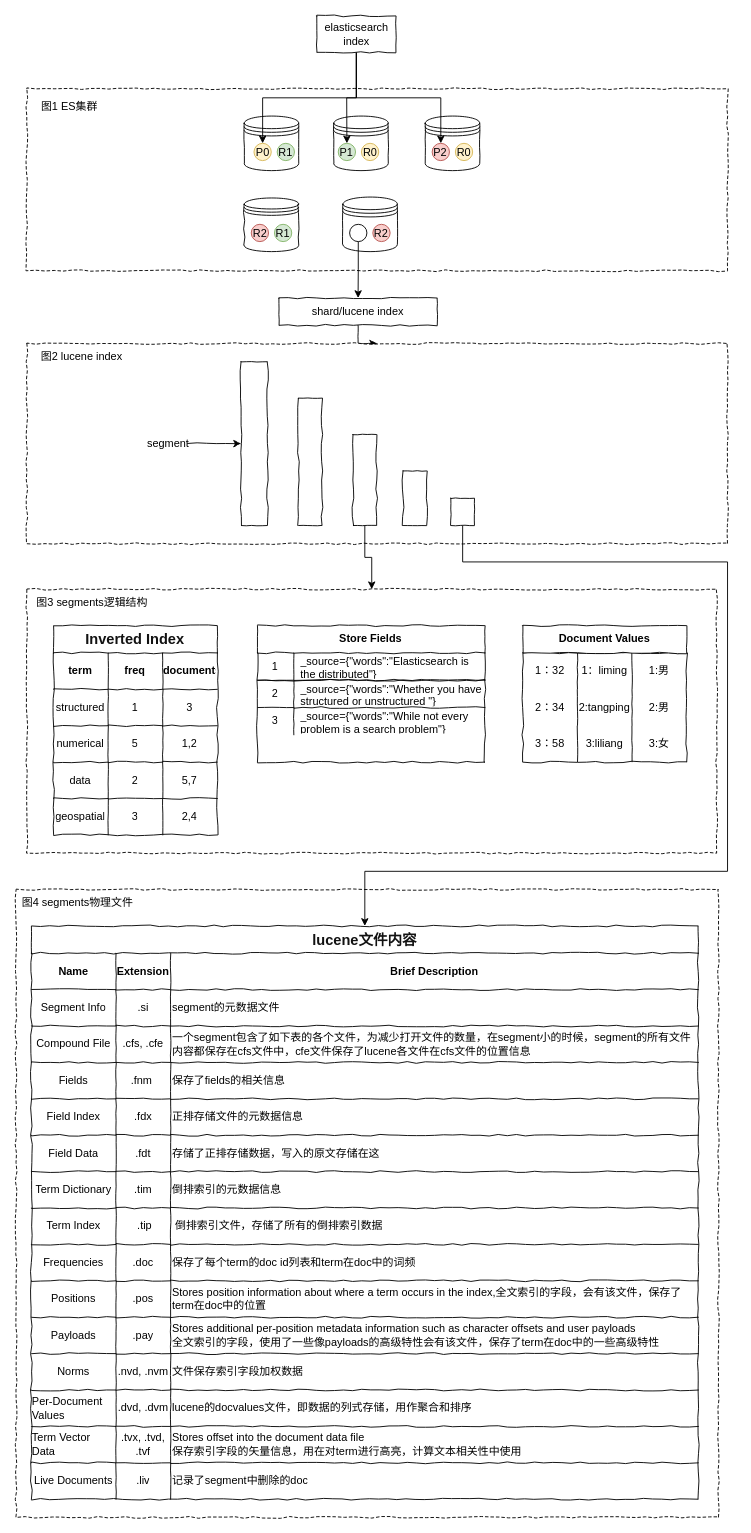
This is jgodeye-ebook/draw/es-store.drawio from liufengking/jgodeye, a draw.io file, before an edit. Source tidied: cells renumbered, new cells numbered last; positions are measured from the earlier drawing's top-left corner, leaving out a move shared by most shapes. Both pictures are drawn from the tidied source at 91%, with x=0, y=0 at pixel (15, 15).
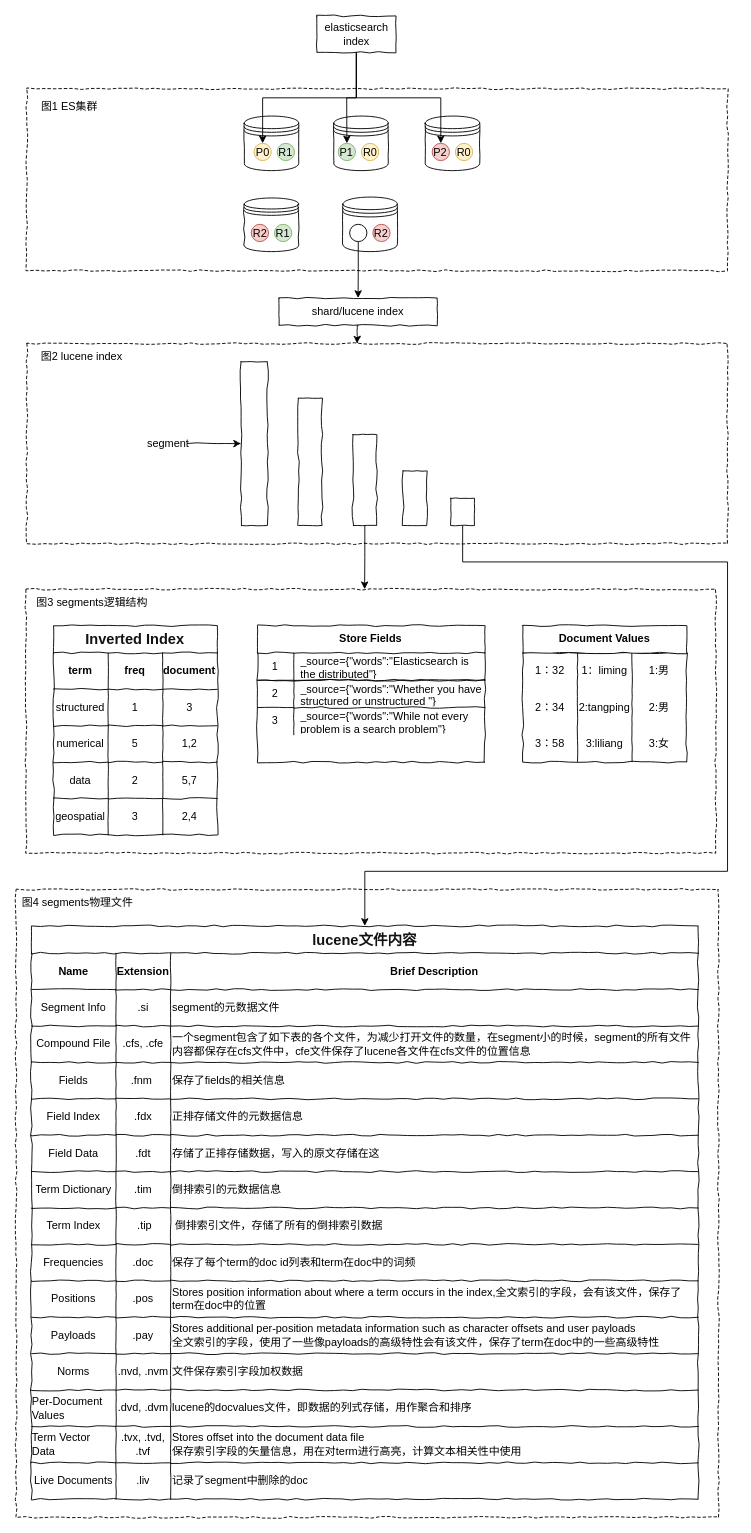
The same page after the edit.

Unchanged cells that the change refers to:
```xml
<mxCell id="27" value="shard/lucene index" style="rounded=0;whiteSpace=wrap;html=1;comic=1;" parent="1" vertex="1">
  <mxGeometry x="289" y="310" width="174" height="30" as="geometry" />
</mxCell>
<mxCell id="28" style="rounded=0;whiteSpace=wrap;html=1;dashed=1;comic=1;" parent="1" vertex="1">
  <mxGeometry x="12" y="360" width="770" height="220" as="geometry" />
</mxCell>
<mxCell id="35" style="rounded=0;whiteSpace=wrap;html=1;comic=1;" parent="1" vertex="1">
  <mxGeometry x="370.4" y="460" width="26" height="100" as="geometry" />
</mxCell>
```

The edit, as a diff of the source:
```diff
@@
     <mxCell id="4" style="rounded=0;whiteSpace=wrap;html=1;comic=1;dashed=1;" parent="1" vertex="1">
-      <mxGeometry x="12" y="630" width="758" height="290" as="geometry" />
+      <mxGeometry x="11" y="630" width="758" height="290" as="geometry" />
     </mxCell>
@@
     <mxCell id="26" style="edgeStyle=orthogonalEdgeStyle;rounded=0;jettySize=auto;html=1;exitX=0.5;exitY=1;exitDx=0;exitDy=0;comic=1;" parent="1" edge="1" source="27" target="28">
-      <mxGeometry relative="1" as="geometry" />
+      <mxGeometry relative="1" as="geometry">
+        <Array as="points">
+          <mxPoint x="375" y="350" />
+          <mxPoint x="375" y="350" />
+        </Array>
+      </mxGeometry>
     </mxCell>
@@
-    <mxCell id="34" style="edgeStyle=orthogonalEdgeStyle;rounded=0;jettySize=auto;html=1;exitX=0.5;exitY=1;exitDx=0;exitDy=0;entryX=0.5;entryY=0;entryDx=0;entryDy=0;" parent="1" edge="1" source="35" target="4">
+    <mxCell id="34" style="edgeStyle=orthogonalEdgeStyle;rounded=0;jettySize=auto;html=1;exitX=0.5;exitY=1;exitDx=0;exitDy=0;entryX=0.491;entryY=0;entryDx=0;entryDy=0;entryPerimeter=0;" parent="1" edge="1" source="35" target="4">
       <mxGeometry relative="1" as="geometry" />
     </mxCell>
```
